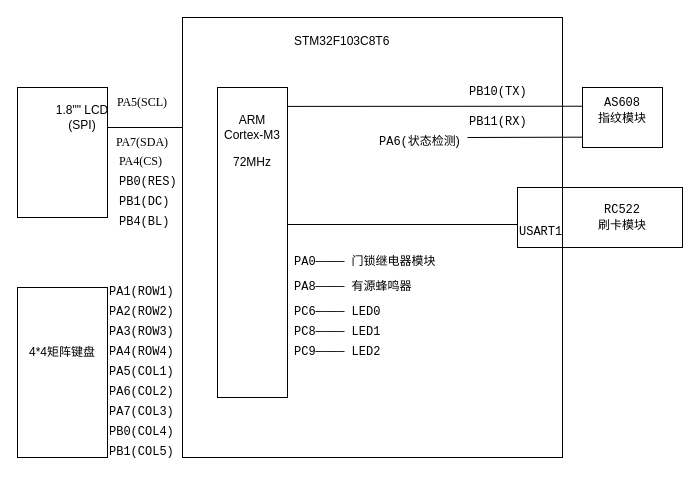
Before: 未命名绘图.drawio in zjlwc/probable-dollop, a draw.io diagram. Source tidied: cells renumbered, new cells numbered last; positions are measured from the earlier drawing's top-left corner, leaving out a move shared by most shapes. Both pictures are drawn from the tidied source at 100%, with x=0, y=0 at pixel (17, 17).
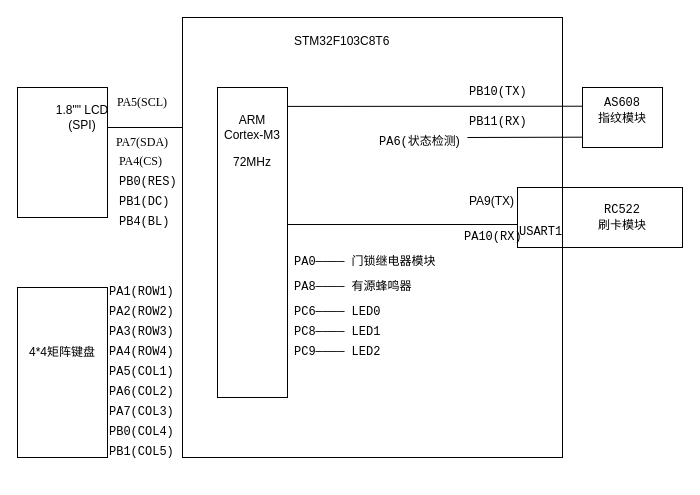
The same diagram, later.

Commit message:
更新未命名绘图.drawio

Diff of the diagram source:
```diff
@@
+    <mxCell id="42" value="PA9(TX)" style="text;whiteSpace=wrap;html=1;" parent="1" vertex="1">
+      <mxGeometry x="450" y="170" width="80" height="40" as="geometry" />
+    </mxCell>
+    <mxCell id="43" value="&lt;span lang=&quot;EN-US&quot; style=&quot;font-size:9.0pt;mso-bidi-font-size:&#10;11.0pt;line-height:115%;font-family:Consolas;mso-fareast-font-family:宋体;&#10;mso-bidi-font-family:&amp;quot;Times New Roman&amp;quot;;mso-bidi-theme-font:minor-bidi;&#10;mso-ansi-language:EN-US;mso-fareast-language:EN-US;mso-bidi-language:AR-SA&quot;&gt;PA10(RX)&lt;/span&gt;" style="text;whiteSpace=wrap;html=1;" parent="1" vertex="1">
+      <mxGeometry x="445" y="205" width="90" height="40" as="geometry" />
+    </mxCell>
```
